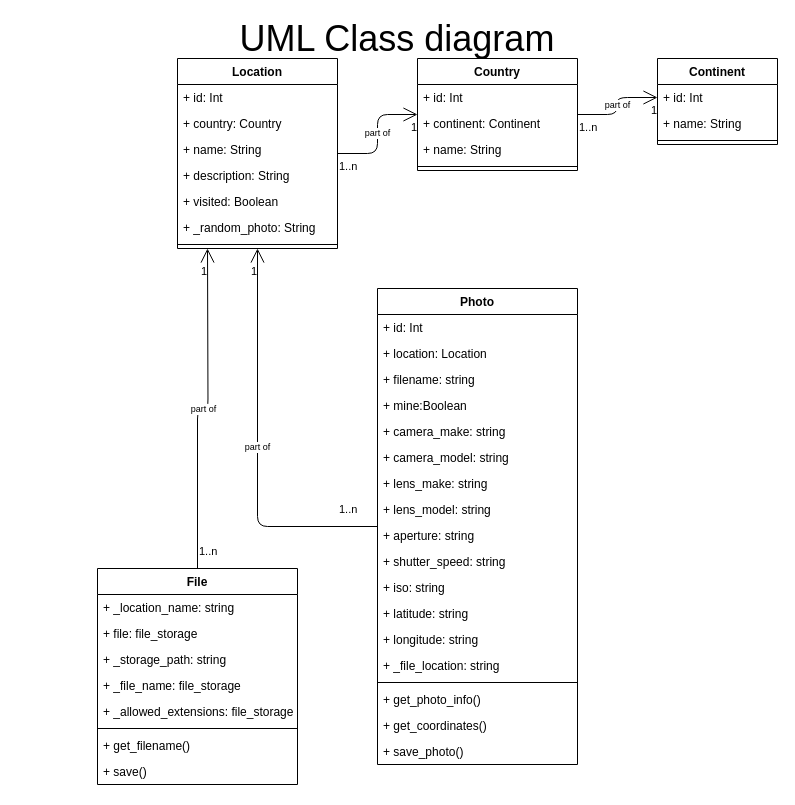
Above: page "UML Class diagram" (1 of 7) of Design/Design.drawio in Michalju/PhotoApp (draw.io), before the change. Source tidied: cells renumbered, new cells numbered last; positions are measured from the earlier drawing's top-left corner, leaving out a move shared by most shapes. Both pictures are drawn from the tidied source at 100%, with x=0, y=0 at pixel (17, 18).
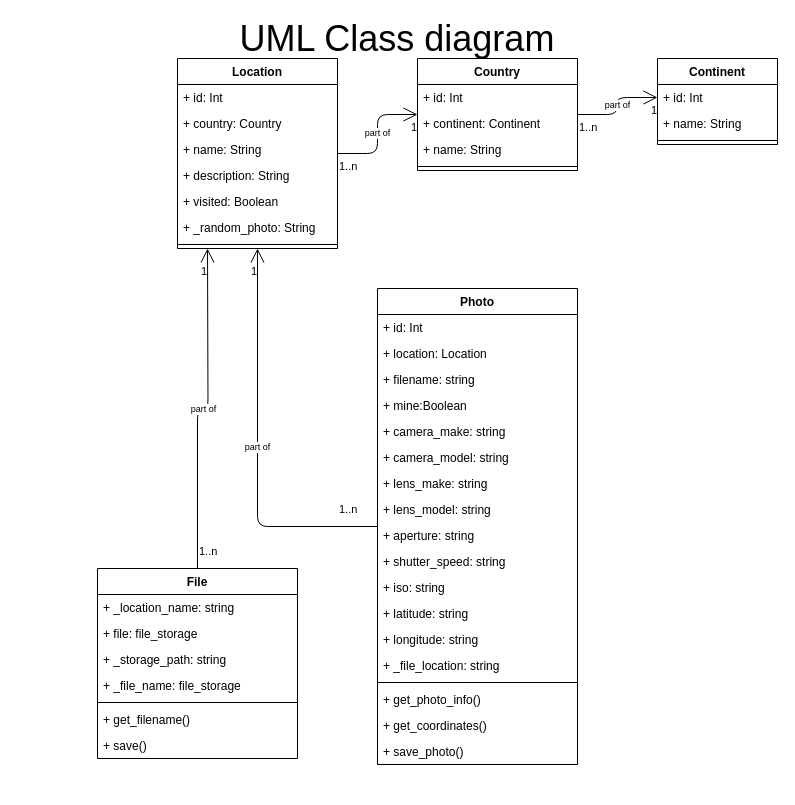
The same diagram, later.

Diff of the diagram source:
```diff
@@
     <mxCell id="48" value="File" style="swimlane;fontStyle=1;align=center;verticalAlign=top;horizontal=1;startSize=26;" parent="1" vertex="1">
-      <mxGeometry x="80" y="550" width="200" height="216" as="geometry" />
+      <mxGeometry x="80" y="550" width="200" height="190" as="geometry" />
     </mxCell>
@@
-    <mxCell id="53" value="+ _allowed_extensions: file_storage" style="text;strokeColor=none;fillColor=none;align=left;verticalAlign=top;spacingLeft=4;spacingRight=4;overflow=hidden;" parent="48" vertex="1">
-      <mxGeometry y="130" width="200" height="26" as="geometry" />
-    </mxCell>
     <mxCell id="54" style="line;strokeWidth=1;fillColor=none;align=left;verticalAlign=middle;spacingTop=-1;spacingLeft=3;spacingRight=3;labelPosition=right;" parent="48" vertex="1">
-      <mxGeometry y="156" width="200" height="8" as="geometry" />
+      <mxGeometry y="130" width="200" height="8" as="geometry" />
     </mxCell>
     <mxCell id="55" value="+ get_filename()" style="text;strokeColor=none;fillColor=none;align=left;verticalAlign=top;spacingLeft=4;spacingRight=4;overflow=hidden;" parent="48" vertex="1">
-      <mxGeometry y="164" width="200" height="26" as="geometry" />
+      <mxGeometry y="138" width="200" height="26" as="geometry" />
     </mxCell>
     <mxCell id="56" value="+ save()" style="text;strokeColor=none;fillColor=none;align=left;verticalAlign=top;spacingLeft=4;spacingRight=4;overflow=hidden;" parent="48" vertex="1">
-      <mxGeometry y="190" width="200" height="26" as="geometry" />
+      <mxGeometry y="164" width="200" height="26" as="geometry" />
     </mxCell>
```
